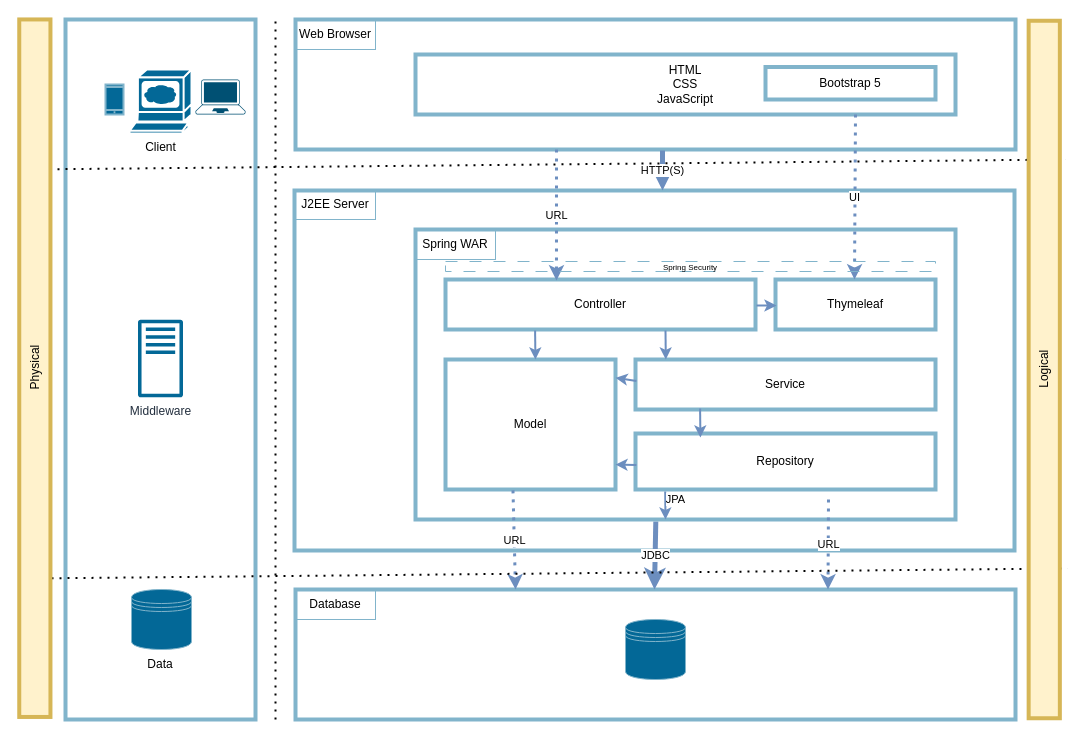
Earlier version of the draw.io diagram documents/diagrams/Architecture.drawio (lamthaithanhlong/student-project). Source tidied: cells renumbered, new cells numbered last; positions are measured from the earlier drawing's top-left corner, leaving out a move shared by most shapes. Both pictures are drawn from the tidied source at 100%, with x=0, y=0 at pixel (-314, 19).
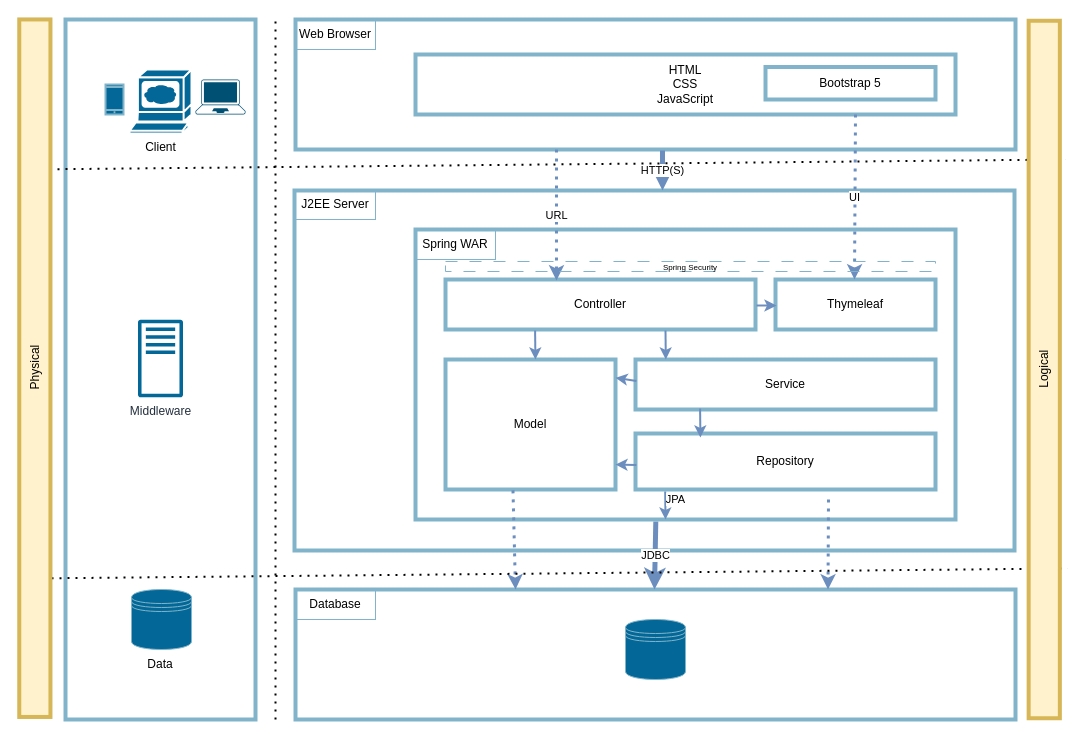
After the change.

The change refers to these unchanged cells:
```xml
<mxCell id="28" value="Model" style="rounded=0;whiteSpace=wrap;html=1;strokeColor=#81b4cb;strokeWidth=4;fillColor=none;" parent="1" vertex="1">
  <mxGeometry x="759" y="340" width="170" height="130" as="geometry" />
</mxCell>
```

Diff of the diagram source:
```diff
@@
-    <mxCell id="35" value="URL" style="endArrow=classic;html=1;rounded=0;entryX=0.358;entryY=0.02;entryDx=0;entryDy=0;fillColor=#dae8fc;strokeColor=#6c8ebf;strokeWidth=3;entryPerimeter=0;dashed=1;dashPattern=1 2;exitX=0.397;exitY=1.007;exitDx=0;exitDy=0;exitPerimeter=0;" parent="1" edge="1" source="28">
+    <mxCell id="35" style="endArrow=classic;html=1;rounded=0;entryX=0.358;entryY=0.02;entryDx=0;entryDy=0;fillColor=#dae8fc;strokeColor=#6c8ebf;strokeWidth=3;entryPerimeter=0;dashed=1;dashPattern=1 2;exitX=0.397;exitY=1.007;exitDx=0;exitDy=0;exitPerimeter=0;" parent="1" edge="1" source="28">
       <mxGeometry relative="1" as="geometry">
         <mxPoint x="829" y="570" as="targetPoint" />
       </mxGeometry>
     </mxCell>
-    <mxCell id="36" value="URL" style="endArrow=classic;html=1;rounded=0;entryX=0.358;entryY=0.02;entryDx=0;entryDy=0;fillColor=#dae8fc;strokeColor=#6c8ebf;strokeWidth=3;entryPerimeter=0;dashed=1;dashPattern=1 2;" parent="1" edge="1">
+    <mxCell id="36" style="endArrow=classic;html=1;rounded=0;entryX=0.358;entryY=0.02;entryDx=0;entryDy=0;fillColor=#dae8fc;strokeColor=#6c8ebf;strokeWidth=3;entryPerimeter=0;dashed=1;dashPattern=1 2;" parent="1" edge="1">
       <mxGeometry relative="1" as="geometry">
         <mxPoint x="1142" y="480" as="sourcePoint" />
         <mxPoint x="1141.5" y="570" as="targetPoint" />
       </mxGeometry>
     </mxCell>
```
